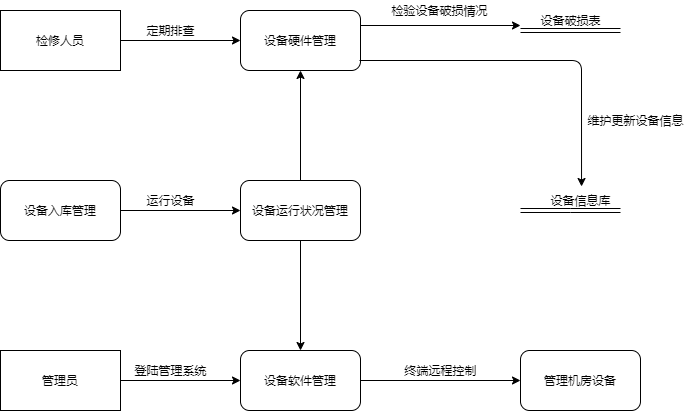
Earlier version of the draw.io export 开发文档/设备运行状况管理.png (Bundchen-1/Computer-Room-Management-System). Source tidied: cells renumbered, new cells last; positions are measured from the earlier drawing's top-left corner, leaving out a move shared by most shapes. Source of this version:
```xml
<mxGraphModel>
  <root>
    <mxCell id="0" />
    <mxCell id="1" parent="0" />
    <mxCell id="2" value="设备运行状况管理" style="rounded=1;whiteSpace=wrap;html=1;" parent="1" vertex="1">
      <mxGeometry x="240" y="180" width="120" height="60" as="geometry" />
    </mxCell>
    <mxCell id="3" style="endArrow=classic;html=1;entryX=0;entryY=0.5;entryDx=0;entryDy=0;" parent="1" edge="1" target="2">
      <mxGeometry relative="1" as="geometry">
        <mxPoint x="120" y="210" as="sourcePoint" />
      </mxGeometry>
    </mxCell>
    <mxCell id="4" value="运行设备" style="text;html=1;align=center;verticalAlign=middle;" parent="1" vertex="1">
      <mxGeometry x="140" y="190" width="60" height="20" as="geometry" />
    </mxCell>
    <mxCell id="5" style="endArrow=classic;html=1;" parent="1" edge="1" target="6">
      <mxGeometry relative="1" as="geometry">
        <mxPoint x="300" y="180" as="sourcePoint" />
      </mxGeometry>
    </mxCell>
    <mxCell id="6" value="设备硬件管理" style="rounded=1;whiteSpace=wrap;html=1;" parent="1" vertex="1">
      <mxGeometry x="240" y="10" width="120" height="60" as="geometry" />
    </mxCell>
    <mxCell id="7" value="设备软件管理" style="rounded=1;whiteSpace=wrap;html=1;" parent="1" vertex="1">
      <mxGeometry x="240" y="350" width="120" height="60" as="geometry" />
    </mxCell>
    <mxCell id="8" style="endArrow=classic;html=1;" parent="1" edge="1" target="7">
      <mxGeometry relative="1" as="geometry">
        <mxPoint x="300" y="240" as="sourcePoint" />
      </mxGeometry>
    </mxCell>
    <mxCell id="9" value="检修人员" style="rounded=0;whiteSpace=wrap;html=1;" parent="1" vertex="1">
      <mxGeometry y="10" width="120" height="60" as="geometry" />
    </mxCell>
    <mxCell id="10" style="endArrow=classic;html=1;exitX=1;exitY=0.5;exitDx=0;exitDy=0;" parent="1" edge="1" source="9" target="6">
      <mxGeometry relative="1" as="geometry" />
    </mxCell>
    <mxCell id="11" value="定期排查" style="text;html=1;align=center;verticalAlign=middle;" parent="1" vertex="1">
      <mxGeometry x="140" y="20" width="60" height="20" as="geometry" />
    </mxCell>
    <mxCell id="12" style="endArrow=classic;html=1;exitX=1;exitY=0.25;exitDx=0;exitDy=0;" parent="1" edge="1" source="6">
      <mxGeometry relative="1" as="geometry">
        <mxPoint x="520" y="25" as="targetPoint" />
      </mxGeometry>
    </mxCell>
    <mxCell id="13" style="endArrow=classic;html=1;entryX=0.513;entryY=-0.2;entryDx=0;entryDy=0;entryPerimeter=0;" parent="1" edge="1" target="25">
      <mxGeometry relative="1" as="geometry">
        <mxPoint x="359" y="60" as="sourcePoint" />
        <Array as="points">
          <mxPoint x="581" y="60" />
        </Array>
      </mxGeometry>
    </mxCell>
    <mxCell id="14" style="shape=link;html=1;" parent="1" edge="1">
      <mxGeometry relative="1" as="geometry">
        <mxPoint x="520" y="30" as="sourcePoint" />
        <mxPoint x="620" y="30" as="targetPoint" />
      </mxGeometry>
    </mxCell>
    <mxCell id="15" value="设备破损表" style="text;html=1;align=center;verticalAlign=middle;" parent="1" vertex="1">
      <mxGeometry x="530" y="10" width="80" height="20" as="geometry" />
    </mxCell>
    <mxCell id="16" value="检验设备破损情况" style="text;html=1;align=center;verticalAlign=middle;" parent="1" vertex="1">
      <mxGeometry x="384" width="110" height="20" as="geometry" />
    </mxCell>
    <mxCell id="17" value="管理员" style="rounded=0;whiteSpace=wrap;html=1;" parent="1" vertex="1">
      <mxGeometry y="350" width="120" height="60" as="geometry" />
    </mxCell>
    <mxCell id="18" style="endArrow=classic;html=1;entryX=0;entryY=0.5;entryDx=0;entryDy=0;exitX=1;exitY=0.5;exitDx=0;exitDy=0;" parent="1" edge="1" source="17" target="7">
      <mxGeometry relative="1" as="geometry" />
    </mxCell>
    <mxCell id="19" value="登陆管理系统" style="text;html=1;align=center;verticalAlign=middle;" parent="1" vertex="1">
      <mxGeometry x="125" y="360" width="90" height="20" as="geometry" />
    </mxCell>
    <mxCell id="20" value="设备入库管理" style="rounded=1;whiteSpace=wrap;html=1;" parent="1" vertex="1">
      <mxGeometry y="180" width="120" height="60" as="geometry" />
    </mxCell>
    <mxCell id="21" style="endArrow=classic;html=1;" parent="1" edge="1" target="22">
      <mxGeometry relative="1" as="geometry">
        <mxPoint x="360" y="380" as="sourcePoint" />
      </mxGeometry>
    </mxCell>
    <mxCell id="22" value="管理机房设备" style="rounded=1;whiteSpace=wrap;html=1;" parent="1" vertex="1">
      <mxGeometry x="520" y="350" width="120" height="60" as="geometry" />
    </mxCell>
    <mxCell id="23" value="终端远程控制" style="text;html=1;align=center;verticalAlign=middle;" parent="1" vertex="1">
      <mxGeometry x="395" y="360" width="90" height="20" as="geometry" />
    </mxCell>
    <mxCell id="24" style="shape=link;html=1;" parent="1" edge="1">
      <mxGeometry relative="1" as="geometry">
        <mxPoint x="520" y="210" as="sourcePoint" />
        <mxPoint x="620" y="210" as="targetPoint" />
        <Array as="points">
          <mxPoint x="570" y="210" />
        </Array>
      </mxGeometry>
    </mxCell>
    <mxCell id="25" value="设备信息库" style="text;html=1;align=center;verticalAlign=middle;points=[];" parent="1" vertex="1">
      <mxGeometry x="540" y="190" width="80" height="20" as="geometry" />
    </mxCell>
    <mxCell id="26" value="维护更新设备信息" style="text;html=1;align=center;verticalAlign=middle;" parent="1" vertex="1">
      <mxGeometry x="580" y="110" width="110" height="20" as="geometry" />
    </mxCell>
  </root>
</mxGraphModel>
```
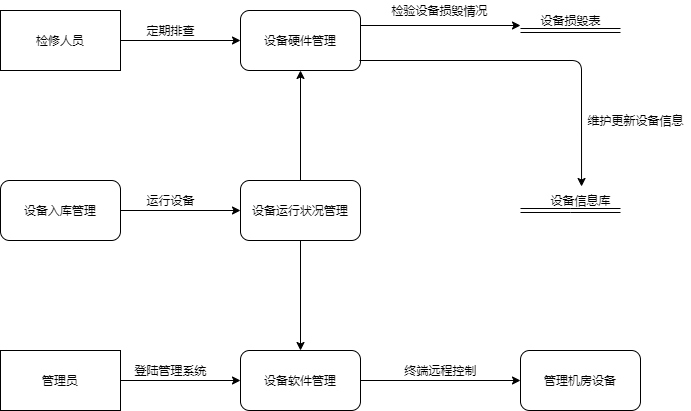
Later version of the same file.

Diff of the diagram source:
```diff
@@ -57,10 +57,10 @@
         <mxPoint x="620" y="30" as="targetPoint" />
       </mxGeometry>
     </mxCell>
-    <mxCell id="15" value="设备破损表" style="text;html=1;align=center;verticalAlign=middle;" parent="1" vertex="1">
+    <mxCell id="15" value="设备损毁表" style="text;html=1;align=center;verticalAlign=middle;" parent="1" vertex="1">
       <mxGeometry x="530" y="10" width="80" height="20" as="geometry" />
     </mxCell>
-    <mxCell id="16" value="检验设备破损情况" style="text;html=1;align=center;verticalAlign=middle;" parent="1" vertex="1">
+    <mxCell id="16" value="检验设备损毁情况" style="text;html=1;align=center;verticalAlign=middle;" parent="1" vertex="1">
       <mxGeometry x="384" width="110" height="20" as="geometry" />
     </mxCell>
     <mxCell id="17" value="管理员" style="rounded=0;whiteSpace=wrap;html=1;" parent="1" vertex="1">
```
